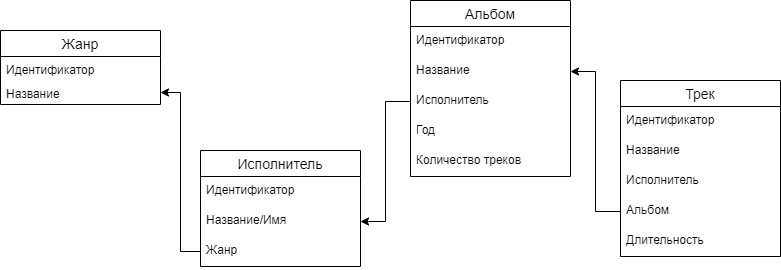
The draw.io diagram BD_HW.png in riv035/Reps, before a commit. Source tidied: cells renumbered, new cells last; positions are measured from the earlier drawing's top-left corner, leaving out a move shared by most shapes. The source it was exported from:
```xml
<mxGraphModel>
  <root>
    <mxCell id="0" />
    <mxCell id="1" parent="0" />
    <mxCell id="2" value="Жанр" style="swimlane;fontStyle=0;horizontal=1;startSize=26;align=center;fontSize=14;" parent="1" vertex="1">
      <mxGeometry y="30" width="160" height="74" as="geometry" />
    </mxCell>
    <mxCell id="3" value="Идентификатор" style="text;strokeColor=none;fillColor=none;spacingLeft=4;spacingRight=4;overflow=hidden;points=[[0,0.5],[1,0.5]];portConstraint=eastwest;fontSize=12;" parent="2" vertex="1">
      <mxGeometry y="26" width="160" height="24" as="geometry" />
    </mxCell>
    <mxCell id="4" value="Название" style="text;strokeColor=none;fillColor=none;spacingLeft=4;spacingRight=4;overflow=hidden;points=[[0,0.5],[1,0.5]];portConstraint=eastwest;fontSize=12;" parent="2" vertex="1">
      <mxGeometry y="50" width="160" height="24" as="geometry" />
    </mxCell>
    <mxCell id="5" value="Исполнитель" style="swimlane;fontStyle=0;horizontal=1;startSize=26;align=center;fontSize=14;" parent="1" vertex="1">
      <mxGeometry x="200" y="150" width="160" height="116" as="geometry" />
    </mxCell>
    <mxCell id="6" value="Идентификатор" style="text;strokeColor=none;fillColor=none;spacingLeft=4;spacingRight=4;overflow=hidden;points=[[0,0.5],[1,0.5]];portConstraint=eastwest;fontSize=12;" parent="5" vertex="1">
      <mxGeometry y="26" width="160" height="30" as="geometry" />
    </mxCell>
    <mxCell id="7" value="Название/Имя" style="text;strokeColor=none;fillColor=none;spacingLeft=4;spacingRight=4;overflow=hidden;points=[[0,0.5],[1,0.5]];portConstraint=eastwest;fontSize=12;" parent="5" vertex="1">
      <mxGeometry y="56" width="160" height="30" as="geometry" />
    </mxCell>
    <mxCell id="8" value="Жанр" style="text;strokeColor=none;fillColor=none;spacingLeft=4;spacingRight=4;overflow=hidden;points=[[0,0.5],[1,0.5]];portConstraint=eastwest;fontSize=12;" parent="5" vertex="1">
      <mxGeometry y="86" width="160" height="30" as="geometry" />
    </mxCell>
    <mxCell id="9" value="Альбом" style="swimlane;fontStyle=0;horizontal=1;startSize=26;align=center;fontSize=14;" parent="1" vertex="1">
      <mxGeometry x="410" width="160" height="176" as="geometry" />
    </mxCell>
    <mxCell id="10" value="Идентификатор" style="text;strokeColor=none;fillColor=none;spacingLeft=4;spacingRight=4;overflow=hidden;points=[[0,0.5],[1,0.5]];portConstraint=eastwest;fontSize=12;" parent="9" vertex="1">
      <mxGeometry y="26" width="160" height="30" as="geometry" />
    </mxCell>
    <mxCell id="11" value="Название" style="text;strokeColor=none;fillColor=none;spacingLeft=4;spacingRight=4;overflow=hidden;points=[[0,0.5],[1,0.5]];portConstraint=eastwest;fontSize=12;" parent="9" vertex="1">
      <mxGeometry y="56" width="160" height="30" as="geometry" />
    </mxCell>
    <mxCell id="12" value="Исполнитель" style="text;strokeColor=none;fillColor=none;spacingLeft=4;spacingRight=4;overflow=hidden;points=[[0,0.5],[1,0.5]];portConstraint=eastwest;fontSize=12;" parent="9" vertex="1">
      <mxGeometry y="86" width="160" height="30" as="geometry" />
    </mxCell>
    <mxCell id="13" value="Год" style="text;strokeColor=none;fillColor=none;spacingLeft=4;spacingRight=4;overflow=hidden;fontSize=12;" parent="9" vertex="1">
      <mxGeometry y="116" width="160" height="30" as="geometry" />
    </mxCell>
    <mxCell id="14" value="Количество треков" style="text;strokeColor=none;fillColor=none;spacingLeft=4;spacingRight=4;overflow=hidden;fontSize=12;" parent="9" vertex="1">
      <mxGeometry y="146" width="160" height="30" as="geometry" />
    </mxCell>
    <mxCell id="15" value="Трек" style="swimlane;fontStyle=0;horizontal=1;startSize=26;align=center;fontSize=14;" parent="1" vertex="1">
      <mxGeometry x="620" y="80" width="160" height="176" as="geometry" />
    </mxCell>
    <mxCell id="16" value="Идентификатор" style="text;strokeColor=none;fillColor=none;spacingLeft=4;spacingRight=4;overflow=hidden;fontSize=12;" parent="15" vertex="1">
      <mxGeometry y="26" width="160" height="30" as="geometry" />
    </mxCell>
    <mxCell id="17" value="Название" style="text;strokeColor=none;fillColor=none;spacingLeft=4;spacingRight=4;overflow=hidden;fontSize=12;" parent="15" vertex="1">
      <mxGeometry y="56" width="160" height="30" as="geometry" />
    </mxCell>
    <mxCell id="18" value="Исполнитель" style="text;strokeColor=none;fillColor=none;spacingLeft=4;spacingRight=4;overflow=hidden;fontSize=12;" parent="15" vertex="1">
      <mxGeometry y="86" width="160" height="30" as="geometry" />
    </mxCell>
    <mxCell id="19" value="Альбом" style="text;strokeColor=none;fillColor=none;spacingLeft=4;spacingRight=4;overflow=hidden;points=[[0,0.5],[1,0.5]];portConstraint=eastwest;fontSize=12;" parent="15" vertex="1">
      <mxGeometry y="116" width="160" height="30" as="geometry" />
    </mxCell>
    <mxCell id="20" value="Длительность" style="text;strokeColor=none;fillColor=none;spacingLeft=4;spacingRight=4;overflow=hidden;fontSize=12;" parent="15" vertex="1">
      <mxGeometry y="146" width="160" height="30" as="geometry" />
    </mxCell>
    <mxCell id="21" style="edgeStyle=orthogonalEdgeStyle;rounded=0;jettySize=auto;html=1;exitX=0;exitY=0.5;exitDx=0;exitDy=0;entryX=1;entryY=0.5;entryDx=0;entryDy=0;" parent="1" edge="1" source="19" target="11">
      <mxGeometry relative="1" as="geometry" />
    </mxCell>
    <mxCell id="22" style="edgeStyle=orthogonalEdgeStyle;rounded=0;jettySize=auto;html=1;exitX=0;exitY=0.5;exitDx=0;exitDy=0;entryX=1;entryY=0.5;entryDx=0;entryDy=0;" parent="1" edge="1" source="8" target="4">
      <mxGeometry relative="1" as="geometry" />
    </mxCell>
    <mxCell id="23" style="edgeStyle=orthogonalEdgeStyle;rounded=0;jettySize=auto;html=1;exitX=0;exitY=0.5;exitDx=0;exitDy=0;entryX=1;entryY=0.5;entryDx=0;entryDy=0;" parent="1" edge="1" source="12" target="7">
      <mxGeometry relative="1" as="geometry" />
    </mxCell>
  </root>
</mxGraphModel>
```
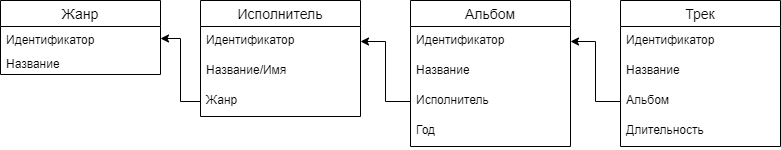
Later version of the same file.

Diff of the diagram source:
```diff
@@ -12,7 +12,7 @@
       <mxGeometry y="50" width="160" height="24" as="geometry" />
     </mxCell>
     <mxCell id="5" value="Исполнитель" style="swimlane;fontStyle=0;horizontal=1;startSize=26;align=center;fontSize=14;" parent="1" vertex="1">
-      <mxGeometry x="200" y="150" width="160" height="116" as="geometry" />
+      <mxGeometry x="200" y="30" width="160" height="116" as="geometry" />
     </mxCell>
     <mxCell id="6" value="Идентификатор" style="text;strokeColor=none;fillColor=none;spacingLeft=4;spacingRight=4;overflow=hidden;points=[[0,0.5],[1,0.5]];portConstraint=eastwest;fontSize=12;" parent="5" vertex="1">
       <mxGeometry y="26" width="160" height="30" as="geometry" />
@@ -24,7 +24,7 @@
       <mxGeometry y="86" width="160" height="30" as="geometry" />
     </mxCell>
     <mxCell id="9" value="Альбом" style="swimlane;fontStyle=0;horizontal=1;startSize=26;align=center;fontSize=14;" parent="1" vertex="1">
-      <mxGeometry x="410" width="160" height="176" as="geometry" />
+      <mxGeometry x="410" y="30" width="160" height="146" as="geometry" />
     </mxCell>
     <mxCell id="10" value="Идентификатор" style="text;strokeColor=none;fillColor=none;spacingLeft=4;spacingRight=4;overflow=hidden;points=[[0,0.5],[1,0.5]];portConstraint=eastwest;fontSize=12;" parent="9" vertex="1">
       <mxGeometry y="26" width="160" height="30" as="geometry" />
@@ -38,11 +38,8 @@
     <mxCell id="13" value="Год" style="text;strokeColor=none;fillColor=none;spacingLeft=4;spacingRight=4;overflow=hidden;fontSize=12;" parent="9" vertex="1">
       <mxGeometry y="116" width="160" height="30" as="geometry" />
     </mxCell>
-    <mxCell id="14" value="Количество треков" style="text;strokeColor=none;fillColor=none;spacingLeft=4;spacingRight=4;overflow=hidden;fontSize=12;" parent="9" vertex="1">
-      <mxGeometry y="146" width="160" height="30" as="geometry" />
-    </mxCell>
     <mxCell id="15" value="Трек" style="swimlane;fontStyle=0;horizontal=1;startSize=26;align=center;fontSize=14;" parent="1" vertex="1">
-      <mxGeometry x="620" y="80" width="160" height="176" as="geometry" />
+      <mxGeometry x="620" y="30" width="160" height="146" as="geometry" />
     </mxCell>
     <mxCell id="16" value="Идентификатор" style="text;strokeColor=none;fillColor=none;spacingLeft=4;spacingRight=4;overflow=hidden;fontSize=12;" parent="15" vertex="1">
       <mxGeometry y="26" width="160" height="30" as="geometry" />
@@ -50,23 +47,20 @@
     <mxCell id="17" value="Название" style="text;strokeColor=none;fillColor=none;spacingLeft=4;spacingRight=4;overflow=hidden;fontSize=12;" parent="15" vertex="1">
       <mxGeometry y="56" width="160" height="30" as="geometry" />
     </mxCell>
-    <mxCell id="18" value="Исполнитель" style="text;strokeColor=none;fillColor=none;spacingLeft=4;spacingRight=4;overflow=hidden;fontSize=12;" parent="15" vertex="1">
-      <mxGeometry y="86" width="160" height="30" as="geometry" />
-    </mxCell>
     <mxCell id="19" value="Альбом" style="text;strokeColor=none;fillColor=none;spacingLeft=4;spacingRight=4;overflow=hidden;points=[[0,0.5],[1,0.5]];portConstraint=eastwest;fontSize=12;" parent="15" vertex="1">
-      <mxGeometry y="116" width="160" height="30" as="geometry" />
+      <mxGeometry y="86" width="160" height="30" as="geometry" />
     </mxCell>
     <mxCell id="20" value="Длительность" style="text;strokeColor=none;fillColor=none;spacingLeft=4;spacingRight=4;overflow=hidden;fontSize=12;" parent="15" vertex="1">
-      <mxGeometry y="146" width="160" height="30" as="geometry" />
+      <mxGeometry y="116" width="160" height="30" as="geometry" />
     </mxCell>
-    <mxCell id="21" style="edgeStyle=orthogonalEdgeStyle;rounded=0;jettySize=auto;html=1;exitX=0;exitY=0.5;exitDx=0;exitDy=0;entryX=1;entryY=0.5;entryDx=0;entryDy=0;" parent="1" edge="1" source="19" target="11">
-      <mxGeometry relative="1" as="geometry" />
-    </mxCell>
-    <mxCell id="22" style="edgeStyle=orthogonalEdgeStyle;rounded=0;jettySize=auto;html=1;exitX=0;exitY=0.5;exitDx=0;exitDy=0;entryX=1;entryY=0.5;entryDx=0;entryDy=0;" parent="1" edge="1" source="8" target="4">
-      <mxGeometry relative="1" as="geometry" />
-    </mxCell>
-    <mxCell id="23" style="edgeStyle=orthogonalEdgeStyle;rounded=0;jettySize=auto;html=1;exitX=0;exitY=0.5;exitDx=0;exitDy=0;entryX=1;entryY=0.5;entryDx=0;entryDy=0;" parent="1" edge="1" source="12" target="7">
-      <mxGeometry relative="1" as="geometry" />
-    </mxCell>
+    <mxCell id="24" style="edgeStyle=orthogonalEdgeStyle;rounded=0;jettySize=auto;html=1;exitX=0;exitY=0.5;exitDx=0;exitDy=0;entryX=1;entryY=0.5;entryDx=0;entryDy=0;" parent="1" edge="1" source="8" target="3">
+      <mxGeometry relative="1" as="geometry" />
+    </mxCell>
+    <mxCell id="25" style="edgeStyle=orthogonalEdgeStyle;rounded=0;jettySize=auto;html=1;exitX=0;exitY=0.5;exitDx=0;exitDy=0;" parent="1" edge="1" source="19" target="10">
+      <mxGeometry relative="1" as="geometry" />
+    </mxCell>
+    <mxCell id="26" style="edgeStyle=orthogonalEdgeStyle;rounded=0;jettySize=auto;html=1;exitX=0;exitY=0.5;exitDx=0;exitDy=0;entryX=1;entryY=0.5;entryDx=0;entryDy=0;" parent="1" edge="1" source="12" target="6">
+      <mxGeometry relative="1" as="geometry" />
+    </mxCell>
   </root>
 </mxGraphModel>
```
